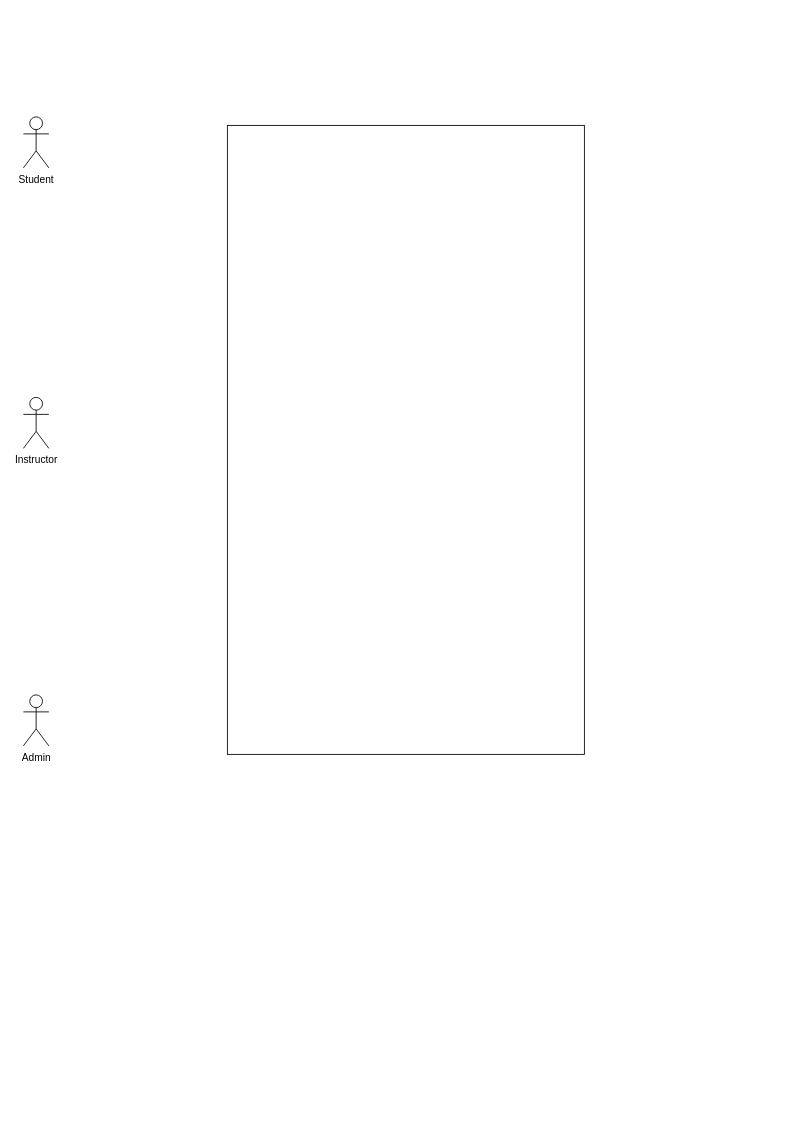
This is UseCase.drawio from xjoe8/SkillForge-System, a draw.io file, before an edit. Source tidied: cells renumbered, new cells numbered last; positions are measured from the earlier drawing's top-left corner, leaving out a move shared by most shapes. Both pictures are drawn from the tidied source at 85%, with x=0, y=0 at pixel (23, 116).
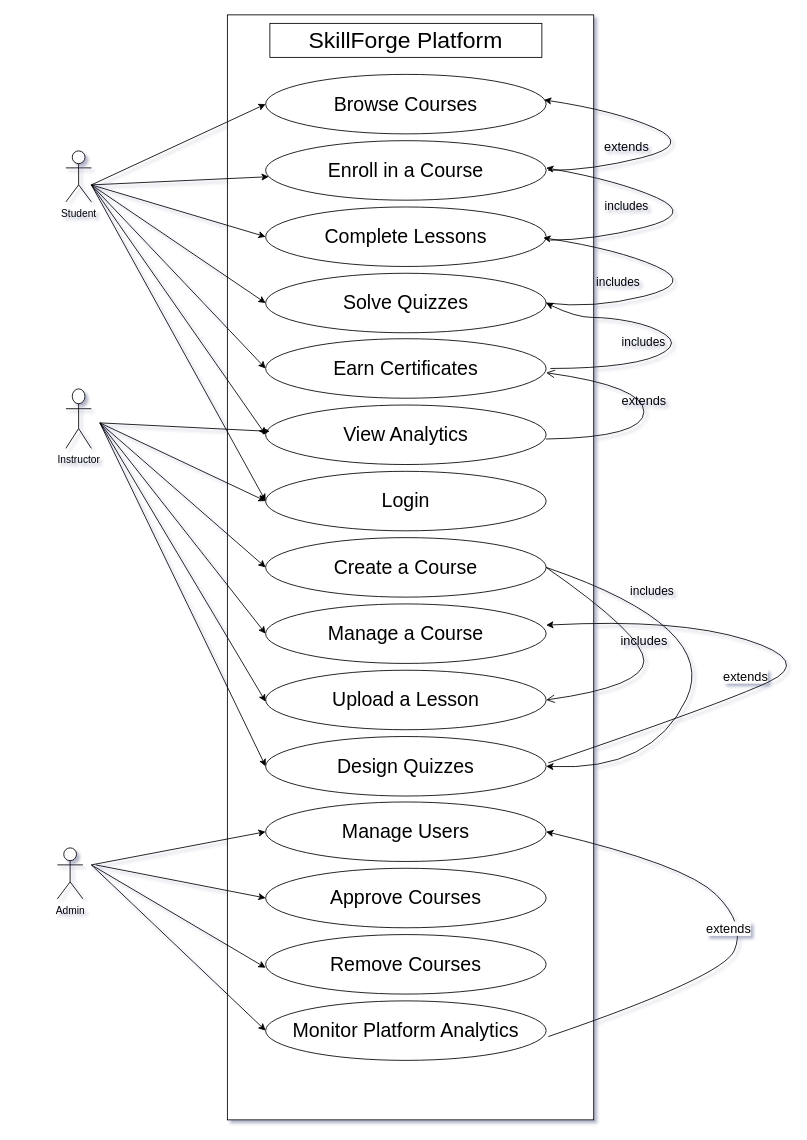
The same diagram, later.

Change to the diagram source:
```diff
@@
-<mxGraphModel>
+<mxGraphModel background="#ffffff" shadow="1">
@@
-    <mxCell id="2" value="Student" style="shape=umlActor;verticalLabelPosition=bottom;verticalAlign=top;html=1;" parent="1" vertex="1">
-      <mxGeometry width="30" height="60" as="geometry" />
+    <mxCell id="2" value="Student" style="shape=umlActor;verticalLabelPosition=bottom;verticalAlign=top;html=1;labelBackgroundColor=none;" parent="1" vertex="1">
+      <mxGeometry x="50" y="40" width="30" height="60" as="geometry" />
     </mxCell>
-    <mxCell id="3" value="Instructor" style="shape=umlActor;verticalLabelPosition=bottom;verticalAlign=top;html=1;" parent="1" vertex="1">
-      <mxGeometry y="330" width="30" height="60" as="geometry" />
+    <mxCell id="3" value="Instructor" style="shape=umlActor;verticalLabelPosition=bottom;verticalAlign=top;html=1;labelBackgroundColor=none;" parent="1" vertex="1">
+      <mxGeometry x="50" y="320" width="30" height="70" as="geometry" />
     </mxCell>
-    <mxCell id="4" value="Admin" style="shape=umlActor;verticalLabelPosition=bottom;verticalAlign=top;html=1;" parent="1" vertex="1">
-      <mxGeometry y="680" width="30" height="60" as="geometry" />
+    <mxCell id="4" value="Admin" style="shape=umlActor;verticalLabelPosition=bottom;verticalAlign=top;html=1;labelBackgroundColor=none;" parent="1" vertex="1">
+      <mxGeometry x="40" y="860" width="30" height="60" as="geometry" />
     </mxCell>
-    <mxCell id="5" style="rounded=0;whiteSpace=wrap;html=1;direction=south;" parent="1" vertex="1">
-      <mxGeometry x="240" y="10" width="420" height="740" as="geometry" />
-    </mxCell>
+    <mxCell id="6" style="rounded=0;whiteSpace=wrap;html=1;direction=south;labelBackgroundColor=none;" parent="1" vertex="1">
+      <mxGeometry x="240" y="-120" width="431" height="1300" as="geometry" />
+    </mxCell>
+    <mxCell id="7" value="&lt;font style=&quot;font-size: 27px;&quot;&gt;SkillForge Platform&lt;/font&gt;" style="rounded=0;whiteSpace=wrap;html=1;labelBackgroundColor=none;" parent="1" vertex="1">
+      <mxGeometry x="290" y="-110" width="320" height="40" as="geometry" />
+    </mxCell>
+    <mxCell id="8" value="Browse Courses" style="ellipse;whiteSpace=wrap;html=1;fontSize=23;labelBackgroundColor=none;labelBorderColor=none;strokeWidth=1;" parent="1" vertex="1">
+      <mxGeometry x="285" y="-50" width="330" height="70" as="geometry" />
+    </mxCell>
+    <mxCell id="9" value="Enroll in a Course" style="ellipse;whiteSpace=wrap;html=1;fontSize=23;labelBackgroundColor=none;" parent="1" vertex="1">
+      <mxGeometry x="285" y="28" width="330" height="70" as="geometry" />
+    </mxCell>
+    <mxCell id="10" value="Complete Lessons" style="ellipse;whiteSpace=wrap;html=1;fontSize=23;labelBackgroundColor=none;" parent="1" vertex="1">
+      <mxGeometry x="285" y="106" width="330" height="70" as="geometry" />
+    </mxCell>
+    <mxCell id="11" value="Solve Quizzes" style="ellipse;whiteSpace=wrap;html=1;fontSize=23;labelBackgroundColor=none;" parent="1" vertex="1">
+      <mxGeometry x="285" y="184" width="330" height="70" as="geometry" />
+    </mxCell>
+    <mxCell id="12" value="Earn Certificates" style="ellipse;whiteSpace=wrap;html=1;fontSize=23;labelBackgroundColor=none;" parent="1" vertex="1">
+      <mxGeometry x="285" y="261" width="330" height="70" as="geometry" />
+    </mxCell>
+    <mxCell id="13" style="endArrow=classic;html=1;rounded=0;labelBackgroundColor=none;fontColor=default;" parent="1" edge="1" target="9">
+      <mxGeometry relative="1" as="geometry">
+        <mxPoint x="80" y="80" as="sourcePoint" />
+      </mxGeometry>
+    </mxCell>
+    <mxCell id="14" style="endArrow=classic;html=1;rounded=0;entryX=0;entryY=0.5;entryDx=0;entryDy=0;labelBackgroundColor=none;fontColor=default;" parent="1" edge="1" target="8">
+      <mxGeometry relative="1" as="geometry">
+        <mxPoint x="80" y="80" as="sourcePoint" />
+      </mxGeometry>
+    </mxCell>
+    <mxCell id="15" style="endArrow=classic;html=1;rounded=0;entryX=0;entryY=0.5;entryDx=0;entryDy=0;labelBackgroundColor=none;fontColor=default;" parent="1" edge="1" target="10">
+      <mxGeometry relative="1" as="geometry">
+        <mxPoint x="80" y="80" as="sourcePoint" />
+      </mxGeometry>
+    </mxCell>
+    <mxCell id="16" style="endArrow=classic;html=1;rounded=0;entryX=0;entryY=0.5;entryDx=0;entryDy=0;labelBackgroundColor=none;fontColor=default;" parent="1" edge="1" target="11">
+      <mxGeometry relative="1" as="geometry">
+        <mxPoint x="80" y="80" as="sourcePoint" />
+      </mxGeometry>
+    </mxCell>
+    <mxCell id="17" style="endArrow=classic;html=1;rounded=0;entryX=0;entryY=0.5;entryDx=0;entryDy=0;labelBackgroundColor=none;fontColor=default;" parent="1" edge="1" target="12">
+      <mxGeometry relative="1" as="geometry">
+        <mxPoint x="80" y="80" as="sourcePoint" />
+      </mxGeometry>
+    </mxCell>
+    <mxCell id="18" style="curved=1;endArrow=classic;html=1;rounded=0;entryX=1;entryY=0.5;entryDx=0;entryDy=0;labelBackgroundColor=none;fontColor=default;" parent="1" edge="1">
+      <mxGeometry relative="1" as="geometry">
+        <mxPoint x="617.5" y="63" as="sourcePoint" />
+        <mxPoint x="612.5" y="-20" as="targetPoint" />
+        <Array as="points">
+          <mxPoint x="667.5" y="63" />
+          <mxPoint x="787.5" y="33" />
+          <mxPoint x="697.5" y="-7" />
+        </Array>
+      </mxGeometry>
+    </mxCell>
+    <mxCell id="19" style="curved=1;endArrow=classic;html=1;rounded=0;entryX=1;entryY=0.5;entryDx=0;entryDy=0;labelBackgroundColor=none;fontColor=default;" parent="1" edge="1">
+      <mxGeometry relative="1" as="geometry">
+        <mxPoint x="620" y="145" as="sourcePoint" />
+        <mxPoint x="615" y="60" as="targetPoint" />
+        <Array as="points">
+          <mxPoint x="670" y="145" />
+          <mxPoint x="790" y="115" />
+          <mxPoint x="700" y="75" />
+        </Array>
+      </mxGeometry>
+    </mxCell>
+    <mxCell id="20" value="&lt;font style=&quot;font-size: 14px;&quot;&gt;includes&lt;/font&gt;" style="text;html=1;whiteSpace=wrap;strokeColor=none;fillColor=none;align=center;verticalAlign=middle;rounded=0;labelBackgroundColor=none;" parent="1" vertex="1">
+      <mxGeometry x="680" y="90" width="60" height="30" as="geometry" />
+    </mxCell>
+    <mxCell id="21" value="&lt;font style=&quot;font-size: 14px;&quot;&gt;includes&lt;/font&gt;" style="text;html=1;whiteSpace=wrap;strokeColor=none;fillColor=none;align=center;verticalAlign=middle;rounded=0;labelBackgroundColor=none;" parent="1" vertex="1">
+      <mxGeometry x="670" y="180" width="60" height="30" as="geometry" />
+    </mxCell>
+    <mxCell id="22" value="&lt;font style=&quot;font-size: 14px;&quot;&gt;includes&lt;/font&gt;" style="text;html=1;whiteSpace=wrap;align=center;verticalAlign=middle;rounded=0;labelBackgroundColor=none;fontFamily=Helvetica;fontSize=11;" parent="1" vertex="1">
+      <mxGeometry x="700" y="250" width="60" height="30" as="geometry" />
+    </mxCell>
+    <mxCell id="23" style="curved=1;endArrow=classic;html=1;rounded=0;exitX=1;exitY=0.5;exitDx=0;exitDy=0;entryX=0.99;entryY=0.518;entryDx=0;entryDy=0;entryPerimeter=0;labelBackgroundColor=none;fontColor=default;" parent="1" edge="1" source="11" target="10">
+      <mxGeometry relative="1" as="geometry">
+        <Array as="points">
+          <mxPoint x="670" y="226" />
+          <mxPoint x="790" y="196" />
+          <mxPoint x="700" y="156" />
+        </Array>
+      </mxGeometry>
+    </mxCell>
+    <mxCell id="24" style="curved=1;endArrow=classic;html=1;rounded=0;entryX=1;entryY=0.5;entryDx=0;entryDy=0;labelBackgroundColor=none;fontColor=default;" parent="1" edge="1" target="11">
+      <mxGeometry relative="1" as="geometry">
+        <mxPoint x="620" y="296" as="sourcePoint" />
+        <Array as="points">
+          <mxPoint x="670" y="296" />
+          <mxPoint x="740" y="286" />
+          <mxPoint x="770" y="266" />
+          <mxPoint x="740" y="246" />
+          <mxPoint x="690" y="236" />
+          <mxPoint x="650" y="236" />
+        </Array>
+      </mxGeometry>
+    </mxCell>
+    <mxCell id="25" value="View Analytics" style="ellipse;whiteSpace=wrap;html=1;fontSize=23;labelBackgroundColor=none;" parent="1" vertex="1">
+      <mxGeometry x="285" y="339" width="330" height="70" as="geometry" />
+    </mxCell>
+    <mxCell id="26" style="endArrow=classic;html=1;rounded=0;entryX=0;entryY=0.5;entryDx=0;entryDy=0;labelBackgroundColor=none;fontColor=default;" parent="1" edge="1" target="25">
+      <mxGeometry relative="1" as="geometry">
+        <mxPoint x="80" y="80" as="sourcePoint" />
+      </mxGeometry>
+    </mxCell>
+    <mxCell id="27" style="endArrow=classic;html=1;rounded=0;labelBackgroundColor=none;fontColor=default;" parent="1" edge="1">
+      <mxGeometry relative="1" as="geometry">
+        <mxPoint x="90" y="360" as="sourcePoint" />
+        <mxPoint x="290" y="370" as="targetPoint" />
+      </mxGeometry>
+    </mxCell>
+    <mxCell id="28" value="Login" style="ellipse;whiteSpace=wrap;html=1;fontSize=23;labelBackgroundColor=none;" parent="1" vertex="1">
+      <mxGeometry x="285" y="417" width="330" height="70" as="geometry" />
+    </mxCell>
+    <mxCell id="29" style="endArrow=classic;html=1;rounded=0;entryX=0;entryY=0.5;entryDx=0;entryDy=0;labelBackgroundColor=none;fontColor=default;" parent="1" edge="1" target="28">
+      <mxGeometry relative="1" as="geometry">
+        <mxPoint x="80" y="80" as="sourcePoint" />
+      </mxGeometry>
+    </mxCell>
+    <mxCell id="30" style="endArrow=classic;html=1;rounded=0;entryX=0;entryY=0.5;entryDx=0;entryDy=0;labelBackgroundColor=none;fontColor=default;" parent="1" edge="1" target="28">
+      <mxGeometry relative="1" as="geometry">
+        <mxPoint x="90" y="360" as="sourcePoint" />
+      </mxGeometry>
+    </mxCell>
+    <mxCell id="31" value="Create a Course" style="ellipse;whiteSpace=wrap;html=1;fontSize=23;labelBackgroundColor=none;" parent="1" vertex="1">
+      <mxGeometry x="285" y="495" width="330" height="70" as="geometry" />
+    </mxCell>
+    <mxCell id="32" value="Manage a Course" style="ellipse;whiteSpace=wrap;html=1;fontSize=23;labelBackgroundColor=none;" parent="1" vertex="1">
+      <mxGeometry x="285" y="573" width="330" height="70" as="geometry" />
+    </mxCell>
+    <mxCell id="33" value="Upload a Lesson" style="ellipse;whiteSpace=wrap;html=1;fontSize=23;labelBackgroundColor=none;" parent="1" vertex="1">
+      <mxGeometry x="285" y="651" width="330" height="70" as="geometry" />
+    </mxCell>
+    <mxCell id="34" value="Design Quizzes" style="ellipse;whiteSpace=wrap;html=1;fontSize=23;labelBackgroundColor=none;" parent="1" vertex="1">
+      <mxGeometry x="285" y="729" width="330" height="70" as="geometry" />
+    </mxCell>
+    <mxCell id="35" value="Manage Users" style="ellipse;whiteSpace=wrap;html=1;fontSize=23;labelBackgroundColor=none;" parent="1" vertex="1">
+      <mxGeometry x="285" y="806" width="330" height="70" as="geometry" />
+    </mxCell>
+    <mxCell id="36" value="Approve Courses" style="ellipse;whiteSpace=wrap;html=1;fontSize=23;labelBackgroundColor=none;" parent="1" vertex="1">
+      <mxGeometry x="285" y="884" width="330" height="70" as="geometry" />
+    </mxCell>
+    <mxCell id="37" value="Remove Courses" style="ellipse;whiteSpace=wrap;html=1;fontSize=23;labelBackgroundColor=none;" parent="1" vertex="1">
+      <mxGeometry x="285" y="962" width="330" height="70" as="geometry" />
+    </mxCell>
+    <mxCell id="38" value="Monitor Platform Analytics" style="ellipse;whiteSpace=wrap;html=1;fontSize=23;labelBackgroundColor=none;" parent="1" vertex="1">
+      <mxGeometry x="285" y="1040" width="330" height="70" as="geometry" />
+    </mxCell>
+    <mxCell id="39" style="endArrow=classic;html=1;rounded=0;entryX=0;entryY=0.5;entryDx=0;entryDy=0;labelBackgroundColor=none;fontColor=default;" parent="1" edge="1" target="31">
+      <mxGeometry relative="1" as="geometry">
+        <mxPoint x="90" y="360" as="sourcePoint" />
+      </mxGeometry>
+    </mxCell>
+    <mxCell id="40" style="endArrow=classic;html=1;rounded=0;entryX=0;entryY=0.5;entryDx=0;entryDy=0;labelBackgroundColor=none;fontColor=default;" parent="1" edge="1" target="35">
+      <mxGeometry relative="1" as="geometry">
+        <mxPoint x="80" y="880" as="sourcePoint" />
+      </mxGeometry>
+    </mxCell>
+    <mxCell id="41" style="endArrow=classic;html=1;rounded=0;entryX=0;entryY=0.5;entryDx=0;entryDy=0;labelBackgroundColor=none;fontColor=default;" parent="1" edge="1" target="32">
+      <mxGeometry relative="1" as="geometry">
+        <mxPoint x="90" y="360" as="sourcePoint" />
+      </mxGeometry>
+    </mxCell>
+    <mxCell id="42" style="endArrow=classic;html=1;rounded=0;entryX=0;entryY=0.5;entryDx=0;entryDy=0;labelBackgroundColor=none;fontColor=default;" parent="1" edge="1">
+      <mxGeometry relative="1" as="geometry">
+        <mxPoint x="90" y="360" as="sourcePoint" />
+        <mxPoint x="285" y="688" as="targetPoint" />
+      </mxGeometry>
+    </mxCell>
+    <mxCell id="43" style="endArrow=classic;html=1;rounded=0;entryX=0;entryY=0.5;entryDx=0;entryDy=0;labelBackgroundColor=none;fontColor=default;" parent="1" edge="1" target="34">
+      <mxGeometry relative="1" as="geometry">
+        <mxPoint x="90" y="360" as="sourcePoint" />
+      </mxGeometry>
+    </mxCell>
+    <mxCell id="44" style="endArrow=classic;html=1;rounded=0;entryX=0;entryY=0.5;entryDx=0;entryDy=0;labelBackgroundColor=none;fontColor=default;" parent="1" edge="1" target="36">
+      <mxGeometry relative="1" as="geometry">
+        <mxPoint x="85" y="880" as="sourcePoint" />
+      </mxGeometry>
+    </mxCell>
+    <mxCell id="45" style="endArrow=classic;html=1;rounded=0;entryX=0;entryY=0.5;entryDx=0;entryDy=0;labelBackgroundColor=none;fontColor=default;" parent="1" edge="1">
+      <mxGeometry relative="1" as="geometry">
+        <mxPoint x="80" y="880" as="sourcePoint" />
+        <mxPoint x="285" y="1001" as="targetPoint" />
+      </mxGeometry>
+    </mxCell>
+    <mxCell id="46" style="endArrow=classic;html=1;rounded=0;entryX=0;entryY=0.5;entryDx=0;entryDy=0;labelBackgroundColor=none;fontColor=default;" parent="1" edge="1" target="38">
+      <mxGeometry relative="1" as="geometry">
+        <mxPoint x="80" y="880" as="sourcePoint" />
+      </mxGeometry>
+    </mxCell>
+    <mxCell id="47" value="&lt;font style=&quot;font-size: 15px;&quot;&gt;includes&lt;/font&gt;" style="html=1;verticalAlign=bottom;endArrow=open;endSize=8;curved=1;rounded=0;entryX=1;entryY=0.5;entryDx=0;entryDy=0;labelBackgroundColor=none;fontColor=default;" parent="1" edge="1" target="33">
+      <mxGeometry relative="1" as="geometry">
+        <mxPoint x="615" y="530" as="sourcePoint" />
+        <Array as="points">
+          <mxPoint x="730" y="610" />
+          <mxPoint x="730" y="670" />
+        </Array>
+      </mxGeometry>
+    </mxCell>
+    <mxCell id="48" style="curved=1;endArrow=classic;html=1;rounded=0;exitX=1;exitY=0.5;exitDx=0;exitDy=0;entryX=1;entryY=0.5;entryDx=0;entryDy=0;labelBackgroundColor=none;fontColor=default;" parent="1" edge="1" source="31" target="34">
+      <mxGeometry relative="1" as="geometry">
+        <Array as="points">
+          <mxPoint x="820" y="600" />
+          <mxPoint x="740" y="770" />
+        </Array>
+      </mxGeometry>
+    </mxCell>
+    <mxCell id="49" value="&lt;font style=&quot;font-size: 14px;&quot;&gt;includes&lt;/font&gt;" style="text;html=1;whiteSpace=wrap;strokeColor=none;fillColor=none;align=center;verticalAlign=middle;rounded=0;labelBackgroundColor=none;" parent="1" vertex="1">
+      <mxGeometry x="710" y="543" width="60" height="30" as="geometry" />
+    </mxCell>
+    <mxCell id="50" value="&lt;span style=&quot;font-size: 15px;&quot;&gt;extends&lt;/span&gt;" style="html=1;verticalAlign=bottom;endArrow=open;endSize=8;curved=1;rounded=0;exitX=1;exitY=0.5;exitDx=0;exitDy=0;entryX=1;entryY=0.5;entryDx=0;entryDy=0;labelBackgroundColor=none;fontColor=default;" parent="1" edge="1">
+      <mxGeometry relative="1" as="geometry">
+        <mxPoint x="615" y="379" as="sourcePoint" />
+        <mxPoint x="615" y="301" as="targetPoint" />
+        <Array as="points">
+          <mxPoint x="730" y="377" />
+          <mxPoint x="730" y="317" />
+        </Array>
+      </mxGeometry>
+    </mxCell>
+    <mxCell id="51" value="&lt;font style=&quot;font-size: 15px; background-color: light-dark(#ffffff, var(--ge-dark-color, #121212));&quot;&gt;extends&lt;/font&gt;" style="text;html=1;whiteSpace=wrap;strokeColor=none;fillColor=none;align=center;verticalAlign=middle;rounded=0;convertToSvg=0;labelBackgroundColor=none;" parent="1" vertex="1">
+      <mxGeometry x="820" y="643" width="60" height="30" as="geometry" />
+    </mxCell>
+    <mxCell id="52" style="curved=1;endArrow=classic;html=1;rounded=0;exitX=1;exitY=0.5;exitDx=0;exitDy=0;entryX=1;entryY=0.5;entryDx=0;entryDy=0;labelBackgroundColor=none;fontColor=default;" parent="1" edge="1">
+      <mxGeometry relative="1" as="geometry">
+        <mxPoint x="617.5" y="760" as="sourcePoint" />
+        <mxPoint x="615" y="598" as="targetPoint" />
+        <Array as="points">
+          <mxPoint x="822.5" y="690" />
+          <mxPoint x="930" y="640" />
+          <mxPoint x="770" y="590" />
+        </Array>
+      </mxGeometry>
+    </mxCell>
+    <mxCell id="53" style="curved=1;endArrow=classic;html=1;rounded=0;exitX=1;exitY=0.5;exitDx=0;exitDy=0;entryX=1;entryY=0.5;entryDx=0;entryDy=0;labelBackgroundColor=none;fontColor=default;" parent="1" edge="1" target="35">
+      <mxGeometry relative="1" as="geometry">
+        <mxPoint x="617.5" y="1082" as="sourcePoint" />
+        <Array as="points">
+          <mxPoint x="822.5" y="1012" />
+          <mxPoint x="850" y="950" />
+          <mxPoint x="780" y="880" />
+        </Array>
+      </mxGeometry>
+    </mxCell>
+    <mxCell id="54" value="&lt;font style=&quot;font-size: 15px; background-color: light-dark(#ffffff, var(--ge-dark-color, #121212));&quot;&gt;extends&lt;/font&gt;" style="text;html=1;whiteSpace=wrap;strokeColor=none;fillColor=none;align=center;verticalAlign=middle;rounded=0;convertToSvg=0;labelBackgroundColor=none;" parent="1" vertex="1">
+      <mxGeometry x="800" y="940" width="60" height="30" as="geometry" />
+    </mxCell>
+    <mxCell id="55" value="extends" style="text;html=1;whiteSpace=wrap;strokeColor=none;fillColor=none;align=center;verticalAlign=middle;rounded=0;fontSize=15;labelBackgroundColor=none;" parent="1" vertex="1">
+      <mxGeometry x="680" y="20" width="60" height="30" as="geometry" />
+    </mxCell>
```
